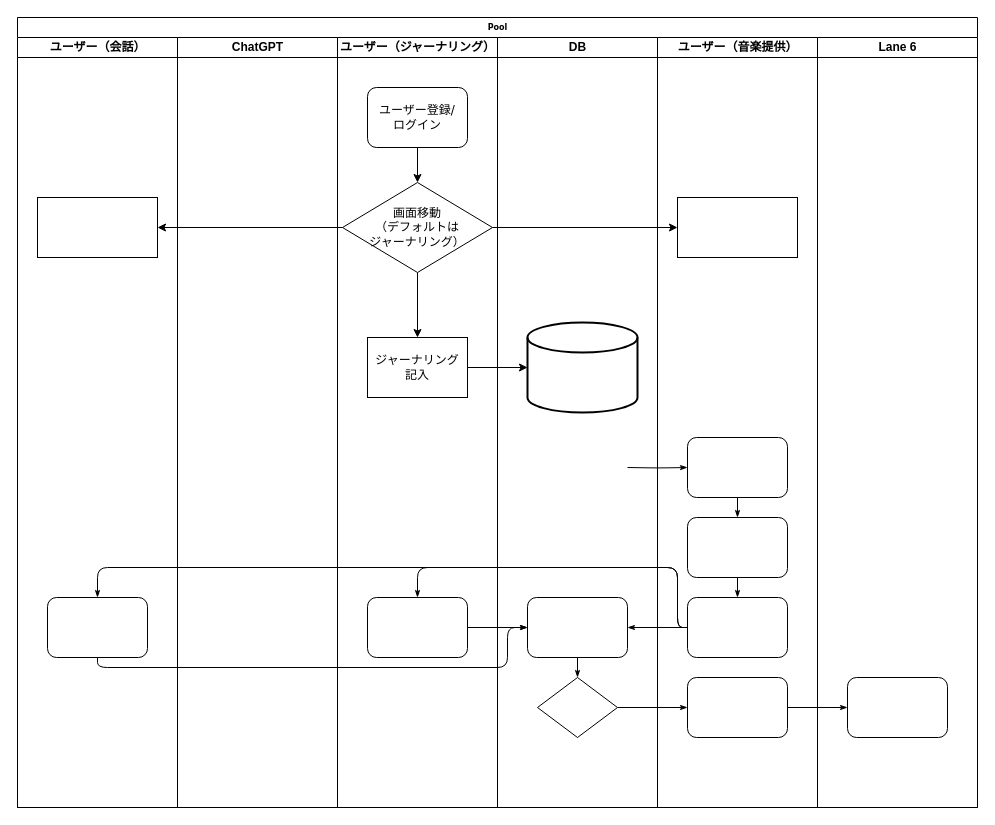
This is documents/Work_Flow.drawio from MatsudaSaku/MoodTune, a draw.io file, before an edit. Source tidied: cells renumbered, new cells numbered last; positions are measured from the earlier drawing's top-left corner, leaving out a move shared by most shapes. Both pictures are drawn from the tidied source at 100%, with x=0, y=0 at pixel (17, 17).
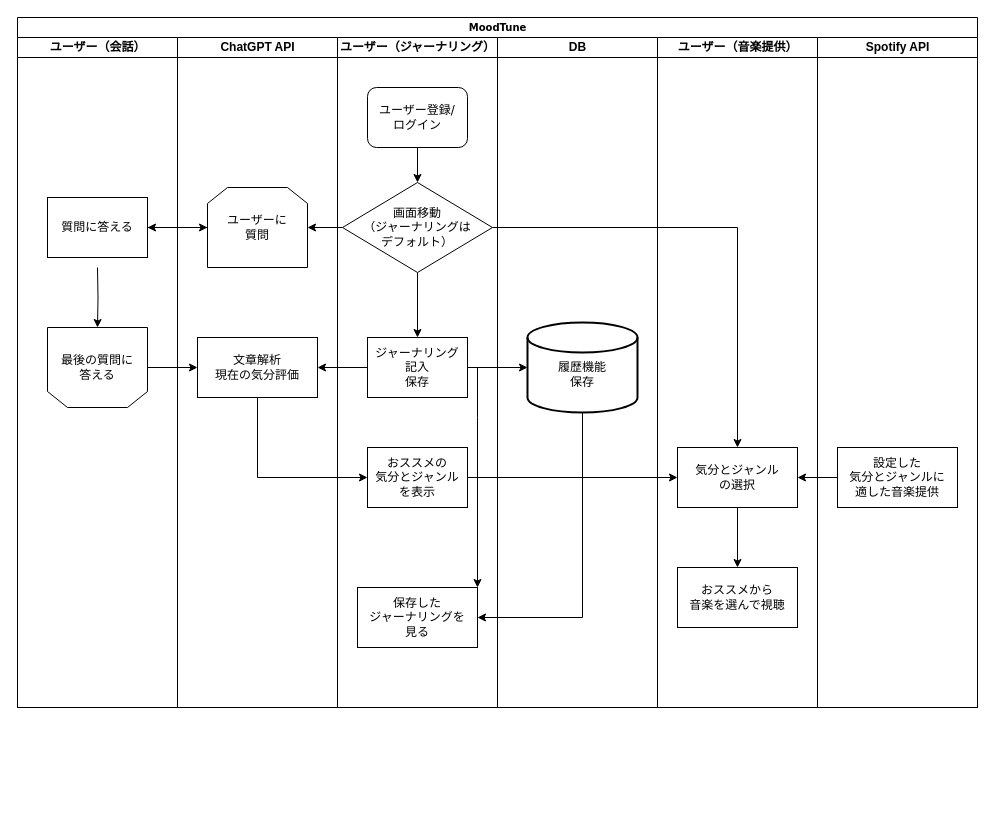
After the change.

Commit message:
Work_Flow.drawio を更新します

Diff of the diagram source:
```diff
@@
-    <mxCell id="2" value="Pool" style="swimlane;html=1;startSize=20;rounded=0;shadow=0;labelBackgroundColor=none;strokeWidth=1;fontFamily=Verdana;fontSize=8;align=center;" parent="1" vertex="1">
-      <mxGeometry width="960" height="790" as="geometry" />
+    <mxCell id="2" value="&lt;font style=&quot;font-size: 10px;&quot;&gt;MoodTune&lt;/font&gt;" style="swimlane;html=1;startSize=20;rounded=0;shadow=0;labelBackgroundColor=none;strokeWidth=1;fontFamily=Verdana;fontSize=8;align=center;" parent="1" vertex="1">
+      <mxGeometry width="960" height="690" as="geometry" />
     </mxCell>
     <mxCell id="3" value="ユーザー（会話）" style="swimlane;html=1;startSize=20;" parent="2" vertex="1">
-      <mxGeometry y="20" width="160" height="770" as="geometry" />
+      <mxGeometry y="20" width="160" height="670" as="geometry" />
     </mxCell>
-    <mxCell id="4" style="rounded=1;whiteSpace=wrap;html=1;shadow=0;labelBackgroundColor=none;strokeWidth=1;fontFamily=Verdana;fontSize=8;align=center;" parent="3" vertex="1">
-      <mxGeometry x="30" y="560" width="100" height="60" as="geometry" />
-    </mxCell>
-    <mxCell id="5" style="rounded=0;whiteSpace=wrap;html=1;" parent="3" vertex="1">
-      <mxGeometry x="20" y="160" width="120" height="60" as="geometry" />
-    </mxCell>
-    <mxCell id="6" style="edgeStyle=orthogonalEdgeStyle;rounded=1;html=1;labelBackgroundColor=none;startArrow=none;startFill=0;startSize=5;endArrow=classicThin;endFill=1;endSize=5;jettySize=auto;strokeWidth=1;fontFamily=Verdana;fontSize=8;" parent="2" edge="1" source="24" target="31">
-      <mxGeometry relative="1" as="geometry" />
-    </mxCell>
-    <mxCell id="7" style="edgeStyle=orthogonalEdgeStyle;rounded=1;html=1;labelBackgroundColor=none;startArrow=none;startFill=0;startSize=5;endArrow=classicThin;endFill=1;endSize=5;jettySize=auto;strokeWidth=1;fontFamily=Verdana;fontSize=8;" parent="2" edge="1" source="31" target="36">
-      <mxGeometry relative="1" as="geometry" />
-    </mxCell>
-    <mxCell id="8" style="edgeStyle=orthogonalEdgeStyle;rounded=1;html=1;labelBackgroundColor=none;startArrow=none;startFill=0;startSize=5;endArrow=classicThin;endFill=1;endSize=5;jettySize=auto;strokeWidth=1;fontFamily=Verdana;fontSize=8;" parent="2" edge="1" target="28">
-      <mxGeometry relative="1" as="geometry">
-        <mxPoint x="610" y="450" as="sourcePoint" />
-      </mxGeometry>
-    </mxCell>
-    <mxCell id="9" style="edgeStyle=orthogonalEdgeStyle;rounded=1;html=1;labelBackgroundColor=none;startArrow=none;startFill=0;startSize=5;endArrow=classicThin;endFill=1;endSize=5;jettySize=auto;strokeWidth=1;fontFamily=Verdana;fontSize=8;" parent="2" edge="1" source="30" target="18">
-      <mxGeometry relative="1" as="geometry">
-        <Array as="points">
-          <mxPoint x="660" y="610" />
-          <mxPoint x="660" y="550" />
-          <mxPoint x="400" y="550" />
-        </Array>
-      </mxGeometry>
-    </mxCell>
-    <mxCell id="10" style="edgeStyle=orthogonalEdgeStyle;rounded=1;html=1;labelBackgroundColor=none;startArrow=none;startFill=0;startSize=5;endArrow=classicThin;endFill=1;endSize=5;jettySize=auto;strokeColor=#000000;strokeWidth=1;fontFamily=Verdana;fontSize=8;fontColor=#000000;" parent="2" edge="1" source="30" target="23">
-      <mxGeometry relative="1" as="geometry" />
-    </mxCell>
-    <mxCell id="11" style="edgeStyle=orthogonalEdgeStyle;rounded=1;html=1;labelBackgroundColor=none;startArrow=none;startFill=0;startSize=5;endArrow=classicThin;endFill=1;endSize=5;jettySize=auto;strokeWidth=1;fontFamily=Verdana;fontSize=8;" parent="2" edge="1" source="30" target="4">
-      <mxGeometry relative="1" as="geometry">
-        <Array as="points">
-          <mxPoint x="660" y="610" />
-          <mxPoint x="660" y="550" />
-          <mxPoint x="80" y="550" />
-        </Array>
-      </mxGeometry>
-    </mxCell>
-    <mxCell id="12" style="edgeStyle=orthogonalEdgeStyle;rounded=1;html=1;labelBackgroundColor=none;startArrow=none;startFill=0;startSize=5;endArrow=classicThin;endFill=1;endSize=5;jettySize=auto;strokeWidth=1;fontFamily=Verdana;fontSize=8;" parent="2" edge="1" source="4" target="23">
-      <mxGeometry relative="1" as="geometry">
-        <Array as="points">
-          <mxPoint x="80" y="650" />
-          <mxPoint x="490" y="650" />
-          <mxPoint x="490" y="610" />
-        </Array>
-      </mxGeometry>
-    </mxCell>
-    <mxCell id="13" style="edgeStyle=orthogonalEdgeStyle;rounded=1;html=1;labelBackgroundColor=none;startArrow=none;startFill=0;startSize=5;endArrow=classicThin;endFill=1;endSize=5;jettySize=auto;strokeWidth=1;fontFamily=Verdana;fontSize=8;" parent="2" edge="1" source="18" target="23">
-      <mxGeometry relative="1" as="geometry" />
-    </mxCell>
+    <mxCell id="40" value="最後の質問に&lt;div&gt;答える&lt;/div&gt;" style="shape=loopLimit;whiteSpace=wrap;html=1;flipH=1;flipV=1;" parent="3" vertex="1">
+      <mxGeometry x="30" y="290" width="100" height="80" as="geometry" />
+    </mxCell>
+    <mxCell id="41" style="edgeStyle=orthogonalEdgeStyle;rounded=0;jettySize=auto;html=1;exitX=0.5;exitY=1;exitDx=0;exitDy=0;" parent="3" edge="1" target="40">
+      <mxGeometry relative="1" as="geometry">
+        <mxPoint x="80" y="230" as="sourcePoint" />
+      </mxGeometry>
+    </mxCell>
+    <mxCell id="42" value="質問に答える" style="rounded=0;whiteSpace=wrap;html=1;" parent="3" vertex="1">
+      <mxGeometry x="30" y="160" width="100" height="60" as="geometry" />
+    </mxCell>
-    <mxCell id="14" value="ChatGPT" style="swimlane;html=1;startSize=20;" parent="2" vertex="1">
-      <mxGeometry x="160" y="20" width="160" height="770" as="geometry" />
+    <mxCell id="14" value="ChatGPT API" style="swimlane;html=1;startSize=20;" parent="2" vertex="1">
+      <mxGeometry x="160" y="20" width="160" height="670" as="geometry" />
     </mxCell>
+    <mxCell id="43" value="ユーザーに&lt;div&gt;質問&lt;/div&gt;" style="shape=loopLimit;whiteSpace=wrap;html=1;" parent="14" vertex="1">
+      <mxGeometry x="30" y="150" width="100" height="80" as="geometry" />
+    </mxCell>
+    <mxCell id="44" style="endArrow=classic;html=1;rounded=0;entryX=0;entryY=0.5;entryDx=0;entryDy=0;" parent="14" edge="1" target="43">
+      <mxGeometry relative="1" as="geometry">
+        <mxPoint x="-30" y="190" as="sourcePoint" />
+      </mxGeometry>
+    </mxCell>
+    <mxCell id="45" value="文章解析&lt;div&gt;現在の気分評価&lt;/div&gt;" style="rounded=0;whiteSpace=wrap;html=1;" parent="14" vertex="1">
+      <mxGeometry x="20" y="300" width="120" height="60" as="geometry" />
+    </mxCell>
     <mxCell id="15" value="ユーザー（ジャーナリング）" style="swimlane;html=1;startSize=20;" parent="2" vertex="1">
-      <mxGeometry x="320" y="20" width="160" height="770" as="geometry" />
+      <mxGeometry x="320" y="20" width="160" height="670" as="geometry" />
     </mxCell>
@@
-    <mxCell id="17" value="&lt;div&gt;&lt;font style=&quot;font-size: 12px;&quot;&gt;画面移動&lt;/font&gt;&lt;/div&gt;&lt;div&gt;&lt;font style=&quot;font-size: 12px;&quot;&gt;（デフォルトは&lt;/font&gt;&lt;/div&gt;&lt;div&gt;&lt;font style=&quot;font-size: 12px;&quot;&gt;ジャーナリング）&lt;/font&gt;&lt;/div&gt;" style="rhombus;whiteSpace=wrap;html=1;rounded=0;shadow=0;labelBackgroundColor=none;strokeWidth=1;fontFamily=Verdana;fontSize=8;align=center;" parent="15" vertex="1">
+    <mxCell id="17" value="&lt;div&gt;&lt;font style=&quot;font-size: 12px;&quot;&gt;画面移動&lt;/font&gt;&lt;/div&gt;&lt;div&gt;&lt;font style=&quot;font-size: 12px;&quot;&gt;（&lt;/font&gt;&lt;span style=&quot;font-size: 12px; background-color: initial;&quot;&gt;ジャーナリングは&lt;/span&gt;&lt;/div&gt;&lt;div&gt;&lt;span style=&quot;font-size: 12px; background-color: initial;&quot;&gt;デフォルト）&lt;/span&gt;&lt;/div&gt;" style="rhombus;whiteSpace=wrap;html=1;rounded=0;shadow=0;labelBackgroundColor=none;strokeWidth=1;fontFamily=Verdana;fontSize=8;align=center;" parent="15" vertex="1">
       <mxGeometry x="5" y="145" width="150" height="90" as="geometry" />
     </mxCell>
-    <mxCell id="18" style="rounded=1;whiteSpace=wrap;html=1;shadow=0;labelBackgroundColor=none;strokeWidth=1;fontFamily=Verdana;fontSize=8;align=center;" parent="15" vertex="1">
-      <mxGeometry x="30" y="560" width="100" height="60" as="geometry" />
-    </mxCell>
@@
-    <mxCell id="21" value="ジャーナリング&lt;div&gt;記入&lt;/div&gt;" style="rounded=0;whiteSpace=wrap;html=1;" parent="15" vertex="1">
+    <mxCell id="21" value="ジャーナリング&lt;div&gt;記入&lt;/div&gt;&lt;div&gt;保存&lt;/div&gt;" style="rounded=0;whiteSpace=wrap;html=1;" parent="15" vertex="1">
       <mxGeometry x="30" y="300" width="100" height="60" as="geometry" />
     </mxCell>
+    <mxCell id="46" value="おススメの&lt;div&gt;気分とジャンル&lt;/div&gt;&lt;div&gt;を表示&lt;/div&gt;" style="rounded=0;whiteSpace=wrap;html=1;" parent="15" vertex="1">
+      <mxGeometry x="30" y="410" width="100" height="60" as="geometry" />
+    </mxCell>
+    <mxCell id="47" value="保存した&lt;div&gt;ジャーナリングを&lt;/div&gt;&lt;div&gt;見る&lt;/div&gt;" style="rounded=0;whiteSpace=wrap;html=1;" parent="15" vertex="1">
+      <mxGeometry x="20" y="550" width="120" height="60" as="geometry" />
+    </mxCell>
+    <mxCell id="48" style="endArrow=classic;html=1;rounded=0;entryX=1;entryY=0;entryDx=0;entryDy=0;" parent="15" edge="1" target="47">
+      <mxGeometry relative="1" as="geometry">
+        <mxPoint x="130" y="330" as="sourcePoint" />
+        <Array as="points">
+          <mxPoint x="140" y="330" />
+          <mxPoint x="140" y="380" />
+        </Array>
+      </mxGeometry>
+    </mxCell>
     <mxCell id="22" value="DB" style="swimlane;html=1;startSize=20;" parent="2" vertex="1">
-      <mxGeometry x="480" y="20" width="160" height="770" as="geometry" />
+      <mxGeometry x="480" y="20" width="160" height="670" as="geometry" />
     </mxCell>
-    <mxCell id="23" style="rounded=1;whiteSpace=wrap;html=1;shadow=0;labelBackgroundColor=none;strokeWidth=1;fontFamily=Verdana;fontSize=8;align=center;" parent="22" vertex="1">
-      <mxGeometry x="30" y="560" width="100" height="60" as="geometry" />
-    </mxCell>
-    <mxCell id="24" style="rhombus;whiteSpace=wrap;html=1;rounded=0;shadow=0;labelBackgroundColor=none;strokeWidth=1;fontFamily=Verdana;fontSize=8;align=center;" parent="22" vertex="1">
-      <mxGeometry x="40" y="640" width="80" height="60" as="geometry" />
-    </mxCell>
-    <mxCell id="25" style="edgeStyle=orthogonalEdgeStyle;rounded=1;html=1;labelBackgroundColor=none;startArrow=none;startFill=0;startSize=5;endArrow=classicThin;endFill=1;endSize=5;jettySize=auto;strokeWidth=1;fontFamily=Verdana;fontSize=8;" parent="22" edge="1" source="23" target="24">
-      <mxGeometry relative="1" as="geometry" />
-    </mxCell>
+    <mxCell id="49" style="edgeStyle=orthogonalEdgeStyle;rounded=0;jettySize=auto;html=1;exitX=0.5;exitY=1;exitDx=0;exitDy=0;exitPerimeter=0;" parent="22" edge="1" source="26">
+      <mxGeometry relative="1" as="geometry">
+        <mxPoint x="-20" y="580" as="targetPoint" />
+        <Array as="points">
+          <mxPoint x="85" y="580" />
+        </Array>
+      </mxGeometry>
+    </mxCell>
-    <mxCell id="26" style="strokeWidth=2;html=1;shape=mxgraph.flowchart.database;whiteSpace=wrap;" parent="22" vertex="1">
+    <mxCell id="26" value="&lt;div&gt;&lt;br&gt;&lt;/div&gt;履歴機能&lt;div&gt;保存&lt;/div&gt;" style="strokeWidth=2;html=1;shape=mxgraph.flowchart.database;whiteSpace=wrap;" parent="22" vertex="1">
       <mxGeometry x="30" y="285" width="110" height="90" as="geometry" />
     </mxCell>
     <mxCell id="27" value="ユーザー（音楽提供）" style="swimlane;html=1;startSize=20;" parent="2" vertex="1">
-      <mxGeometry x="640" y="20" width="160" height="770" as="geometry" />
+      <mxGeometry x="640" y="20" width="160" height="670" as="geometry" />
     </mxCell>
-    <mxCell id="28" style="rounded=1;whiteSpace=wrap;html=1;shadow=0;labelBackgroundColor=none;strokeWidth=1;fontFamily=Verdana;fontSize=8;align=center;" parent="27" vertex="1">
-      <mxGeometry x="30" y="400" width="100" height="60" as="geometry" />
-    </mxCell>
-    <mxCell id="29" style="rounded=1;whiteSpace=wrap;html=1;shadow=0;labelBackgroundColor=none;strokeWidth=1;fontFamily=Verdana;fontSize=8;align=center;" parent="27" vertex="1">
-      <mxGeometry x="30" y="480" width="100" height="60" as="geometry" />
-    </mxCell>
-    <mxCell id="30" style="rounded=1;whiteSpace=wrap;html=1;shadow=0;labelBackgroundColor=none;strokeWidth=1;fontFamily=Verdana;fontSize=8;align=center;" parent="27" vertex="1">
-      <mxGeometry x="30" y="560" width="100" height="60" as="geometry" />
-    </mxCell>
-    <mxCell id="31" style="rounded=1;whiteSpace=wrap;html=1;shadow=0;labelBackgroundColor=none;strokeWidth=1;fontFamily=Verdana;fontSize=8;align=center;" parent="27" vertex="1">
-      <mxGeometry x="30" y="640" width="100" height="60" as="geometry" />
-    </mxCell>
-    <mxCell id="32" style="edgeStyle=orthogonalEdgeStyle;rounded=1;html=1;labelBackgroundColor=none;startArrow=none;startFill=0;startSize=5;endArrow=classicThin;endFill=1;endSize=5;jettySize=auto;strokeWidth=1;fontFamily=Verdana;fontSize=8;" parent="27" edge="1" source="28" target="29">
-      <mxGeometry relative="1" as="geometry" />
-    </mxCell>
-    <mxCell id="33" style="edgeStyle=orthogonalEdgeStyle;rounded=1;html=1;labelBackgroundColor=none;startArrow=none;startFill=0;startSize=5;endArrow=classicThin;endFill=1;endSize=5;jettySize=auto;strokeWidth=1;fontFamily=Verdana;fontSize=8;" parent="27" edge="1" source="29" target="30">
-      <mxGeometry relative="1" as="geometry" />
-    </mxCell>
-    <mxCell id="34" style="rounded=0;whiteSpace=wrap;html=1;" parent="27" vertex="1">
-      <mxGeometry x="20" y="160" width="120" height="60" as="geometry" />
+    <mxCell id="34" value="&lt;div&gt;&lt;span style=&quot;background-color: initial;&quot;&gt;気分とジャンル&lt;/span&gt;&lt;br&gt;&lt;/div&gt;&lt;div&gt;の選択&lt;/div&gt;" style="rounded=0;whiteSpace=wrap;html=1;" parent="27" vertex="1">
+      <mxGeometry x="20" y="410" width="120" height="60" as="geometry" />
     </mxCell>
+    <mxCell id="50" value="おススメから&lt;div&gt;音楽を選んで視聴&lt;/div&gt;" style="rounded=0;whiteSpace=wrap;html=1;" parent="27" vertex="1">
+      <mxGeometry x="20" y="530" width="120" height="60" as="geometry" />
+    </mxCell>
+    <mxCell id="51" style="edgeStyle=orthogonalEdgeStyle;rounded=0;jettySize=auto;html=1;exitX=0.5;exitY=1;exitDx=0;exitDy=0;" parent="27" edge="1" source="34" target="50">
+      <mxGeometry relative="1" as="geometry" />
+    </mxCell>
-    <mxCell id="35" value="Lane 6" style="swimlane;html=1;startSize=20;" parent="2" vertex="1">
-      <mxGeometry x="800" y="20" width="160" height="770" as="geometry" />
+    <mxCell id="35" value="Spotify API" style="swimlane;html=1;startSize=20;" parent="2" vertex="1">
+      <mxGeometry x="800" y="20" width="160" height="670" as="geometry" />
     </mxCell>
-    <mxCell id="36" style="rounded=1;whiteSpace=wrap;html=1;shadow=0;labelBackgroundColor=none;strokeWidth=1;fontFamily=Verdana;fontSize=8;align=center;" parent="35" vertex="1">
-      <mxGeometry x="30" y="640" width="100" height="60" as="geometry" />
-    </mxCell>
+    <mxCell id="52" value="設定した&lt;div&gt;気分とジャンルに&lt;div&gt;適した音楽提供&lt;/div&gt;&lt;/div&gt;" style="rounded=0;whiteSpace=wrap;html=1;" parent="35" vertex="1">
+      <mxGeometry x="20" y="410" width="120" height="60" as="geometry" />
+    </mxCell>
-    <mxCell id="37" style="edgeStyle=orthogonalEdgeStyle;rounded=0;jettySize=auto;html=1;exitX=0;exitY=0.5;exitDx=0;exitDy=0;" parent="2" edge="1" source="17" target="5">
+    <mxCell id="37" style="edgeStyle=orthogonalEdgeStyle;rounded=0;jettySize=auto;html=1;exitX=0;exitY=0.5;exitDx=0;exitDy=0;entryX=1;entryY=0.5;entryDx=0;entryDy=0;" parent="2" edge="1" source="17" target="43">
       <mxGeometry relative="1" as="geometry" />
     </mxCell>
@@
+    <mxCell id="53" style="edgeStyle=orthogonalEdgeStyle;rounded=0;jettySize=auto;html=1;" parent="2" edge="1" source="21">
+      <mxGeometry relative="1" as="geometry">
+        <mxPoint x="300" y="350" as="targetPoint" />
+      </mxGeometry>
+    </mxCell>
+    <mxCell id="54" style="endArrow=classic;html=1;rounded=0;exitX=1;exitY=0.5;exitDx=0;exitDy=0;entryX=0;entryY=0.5;entryDx=0;entryDy=0;" parent="2" edge="1" source="46" target="34">
+      <mxGeometry relative="1" as="geometry" />
+    </mxCell>
+    <mxCell id="55" style="edgeStyle=orthogonalEdgeStyle;rounded=0;jettySize=auto;html=1;" parent="2" edge="1" source="43">
+      <mxGeometry relative="1" as="geometry">
+        <mxPoint x="130" y="210" as="targetPoint" />
+      </mxGeometry>
+    </mxCell>
+    <mxCell id="56" style="endArrow=classic;html=1;rounded=0;exitX=1;exitY=0.5;exitDx=0;exitDy=0;entryX=0;entryY=0.5;entryDx=0;entryDy=0;" parent="2" edge="1" source="40">
+      <mxGeometry relative="1" as="geometry">
+        <mxPoint x="180" y="350" as="targetPoint" />
+      </mxGeometry>
+    </mxCell>
+    <mxCell id="57" style="edgeStyle=orthogonalEdgeStyle;rounded=0;jettySize=auto;html=1;exitX=0;exitY=0.5;exitDx=0;exitDy=0;entryX=1;entryY=0.5;entryDx=0;entryDy=0;" parent="2" edge="1" source="52" target="34">
+      <mxGeometry relative="1" as="geometry" />
+    </mxCell>
+    <mxCell id="58" style="endArrow=classic;html=1;rounded=0;exitX=0.5;exitY=1;exitDx=0;exitDy=0;" parent="1" edge="1" source="45">
+      <mxGeometry relative="1" as="geometry">
+        <mxPoint x="350" y="460" as="targetPoint" />
+        <Array as="points">
+          <mxPoint x="240" y="460" />
+        </Array>
+      </mxGeometry>
+    </mxCell>
```
